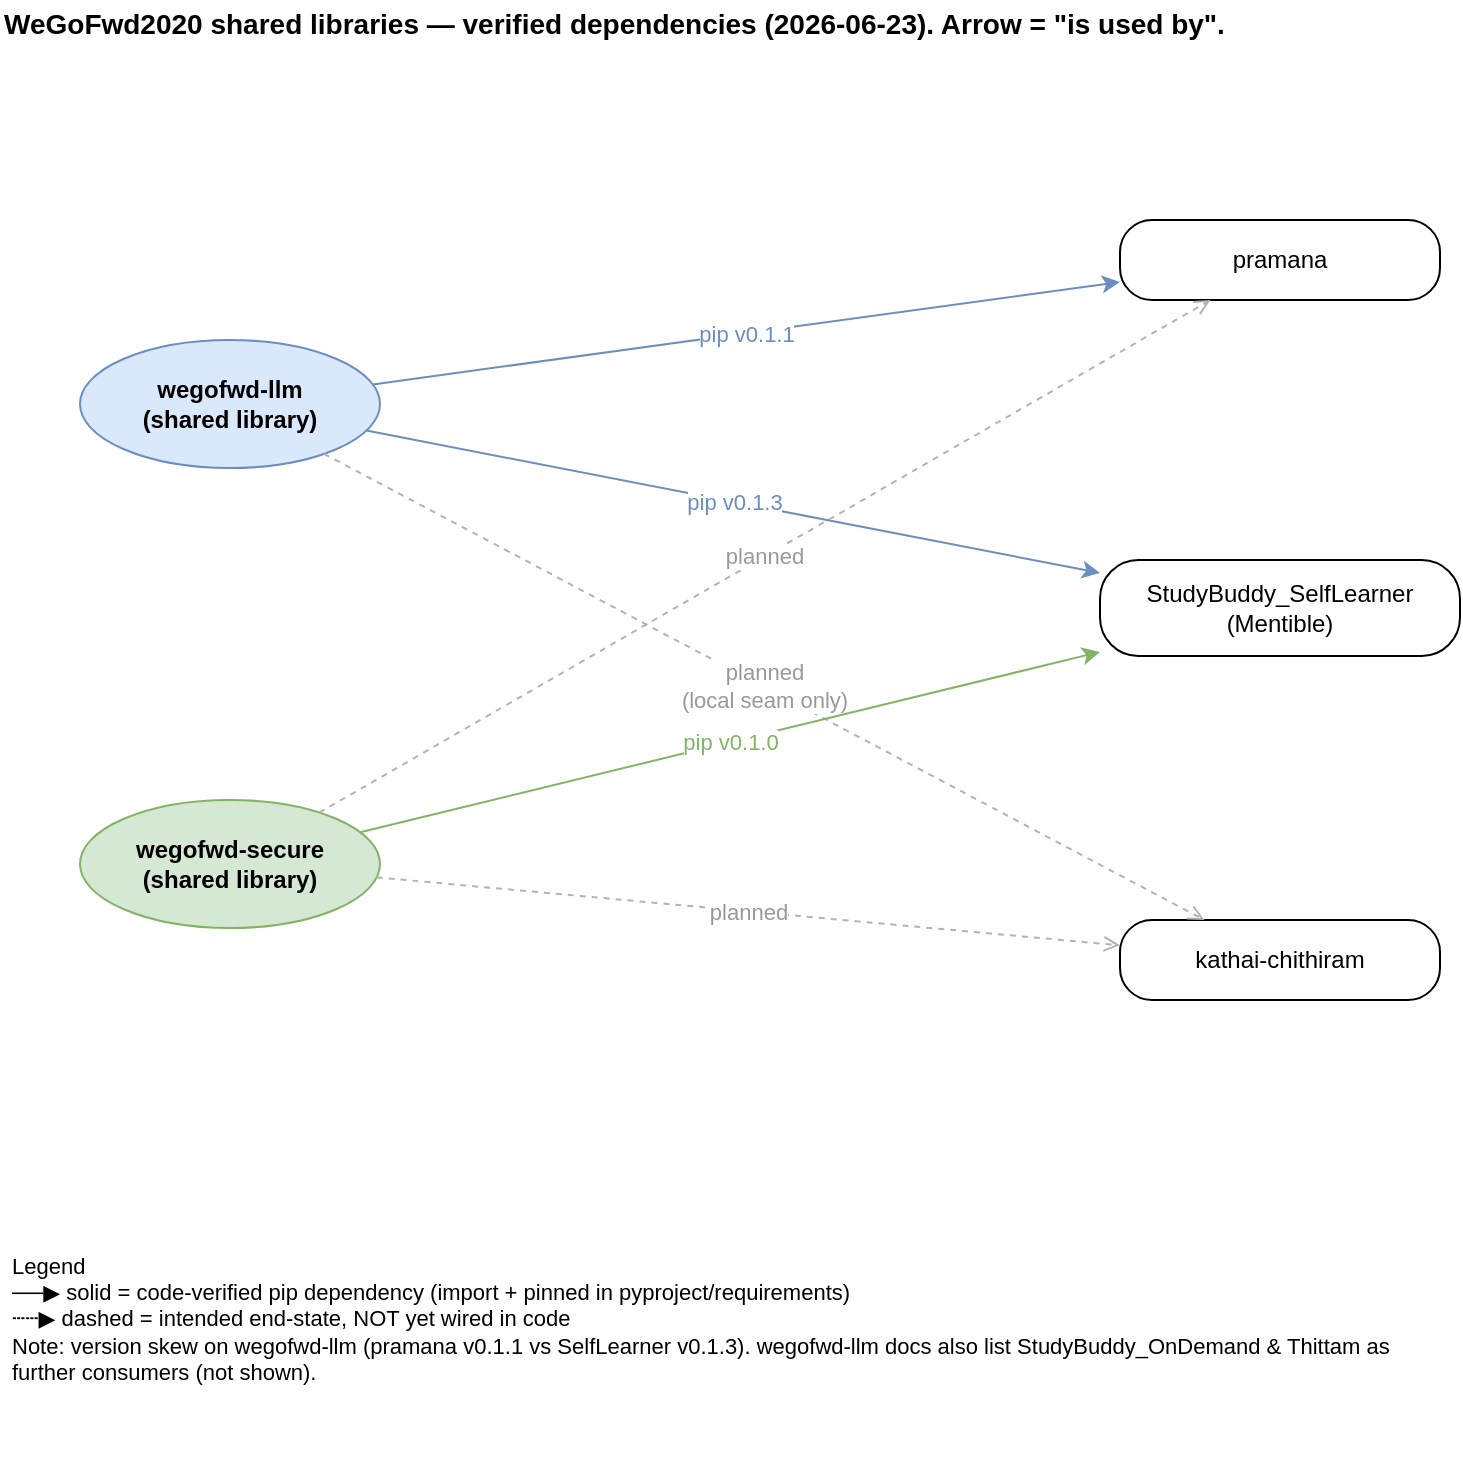
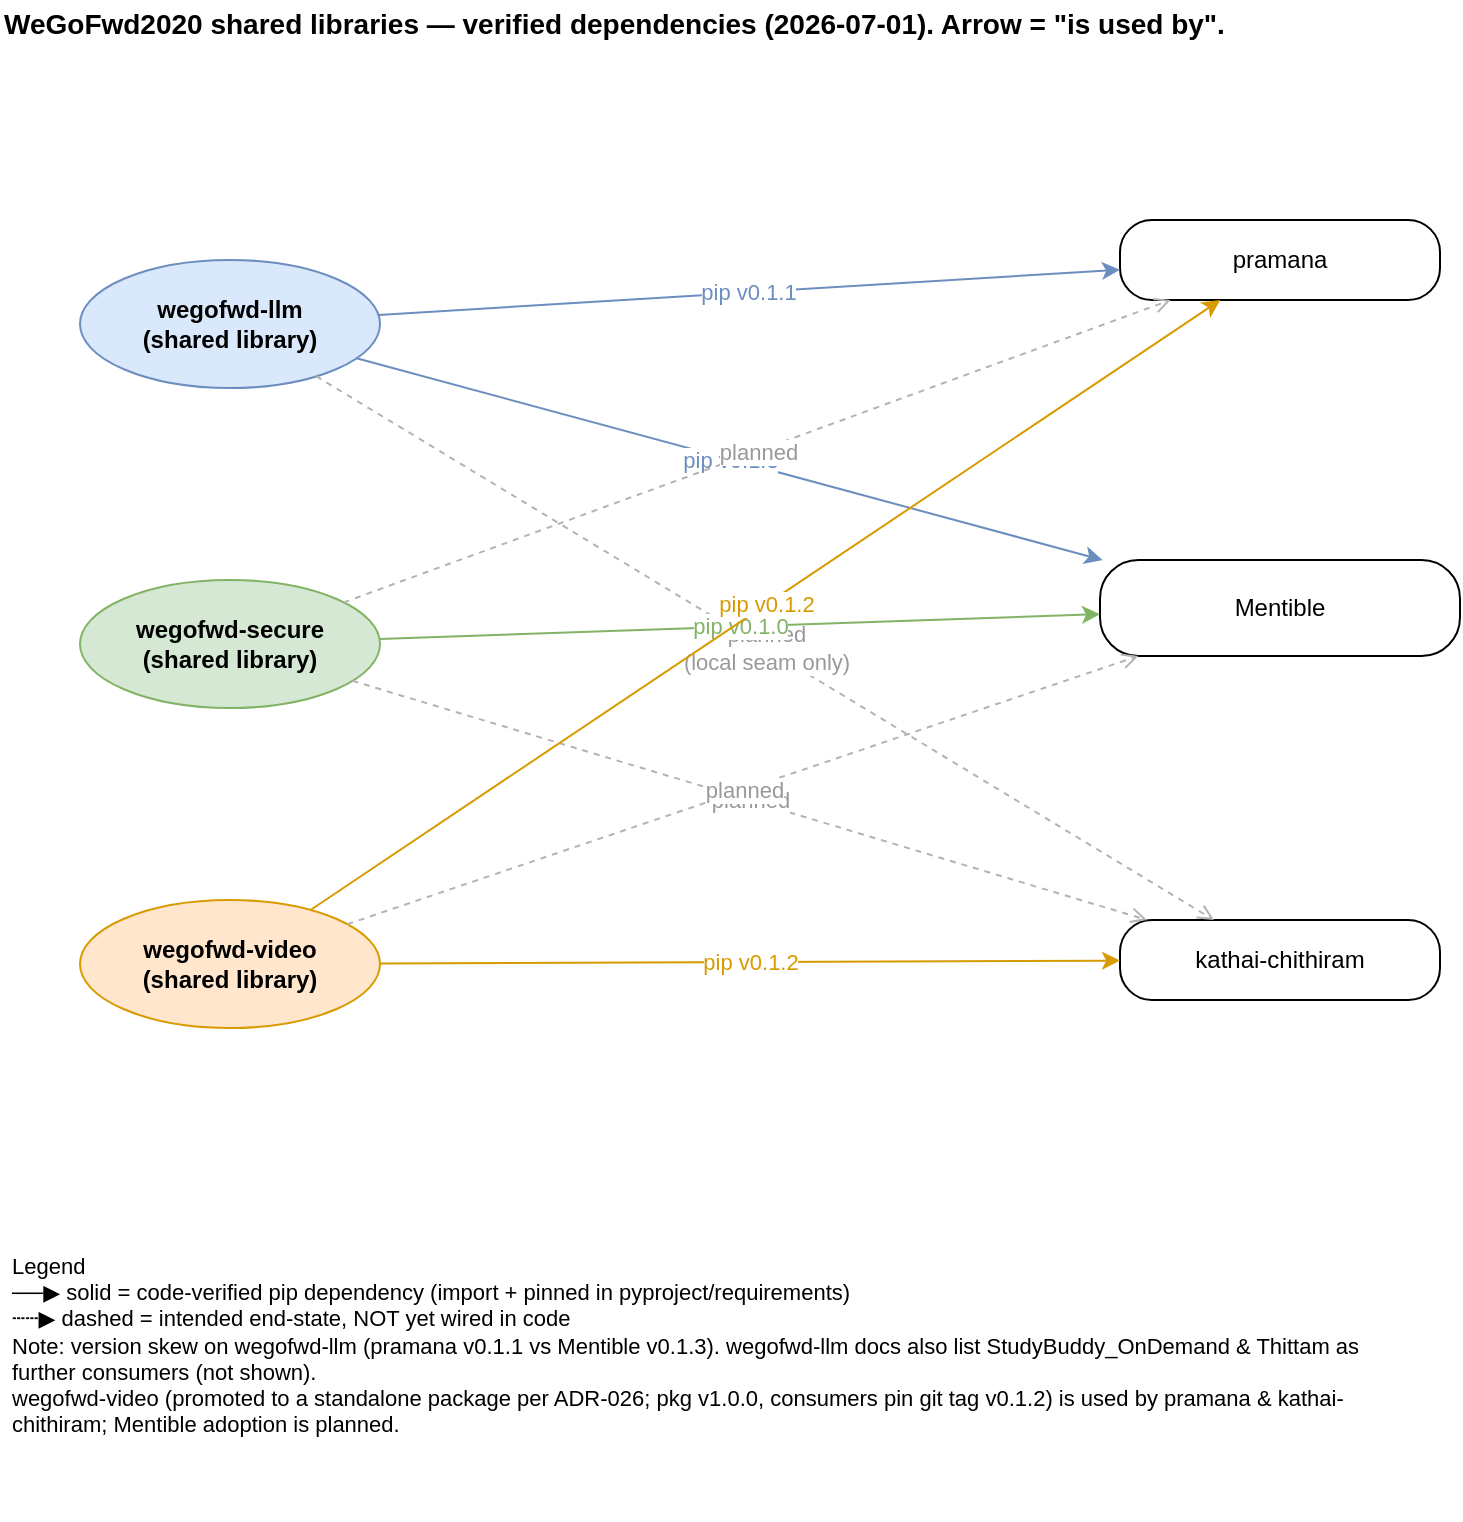
<mxfile host="Electron">
  <diagram name="Page-1" id="Mi2Ey0hthCSXxpTSFK5q">
    <mxGraphModel dx="694" dy="632" grid="1" gridSize="10" guides="1" tooltips="1" connect="1" arrows="1" fold="1" page="1" pageScale="1" pageWidth="850" pageHeight="1100" math="0" shadow="0">
      <root>
        <mxCell id="0" />
        <mxCell id="1" parent="0" />
-         <mxCell id="title" parent="1" vertex="1" style="text;html=1;align=left;verticalAlign=middle;whiteSpace=wrap;fontSize=14;fontStyle=1;" value="WeGoFwd2020 shared libraries — verified dependencies (2026-06-23). Arrow = &amp;quot;is used by&amp;quot;.">
+         <mxCell id="title" parent="1" vertex="1" style="text;html=1;align=left;verticalAlign=middle;whiteSpace=wrap;fontSize=14;fontStyle=1;" value="WeGoFwd2020 shared libraries — verified dependencies (2026-07-01). Arrow = &amp;quot;is used by&amp;quot;.">
          <mxGeometry height="24" width="620" x="40" y="40" as="geometry" />
        </mxCell>

        <!-- Shared libraries (hubs, left) -->
        <mxCell id="llm" parent="1" vertex="1" style="ellipse;whiteSpace=wrap;html=1;align=center;fillColor=#dae8fc;strokeColor=#6c8ebf;fontStyle=1;" value="wegofwd-llm&#10;(shared library)">
-           <mxGeometry height="64" width="150" x="80" y="210" as="geometry" />
+           <mxGeometry height="64" width="150" x="80" y="170" as="geometry" />
        </mxCell>
        <mxCell id="secure" parent="1" vertex="1" style="ellipse;whiteSpace=wrap;html=1;align=center;fillColor=#d5e8d4;strokeColor=#82b366;fontStyle=1;" value="wegofwd-secure&#10;(shared library)">
-           <mxGeometry height="64" width="150" x="80" y="440" as="geometry" />
+           <mxGeometry height="64" width="150" x="80" y="330" as="geometry" />
+         </mxCell>
+         <mxCell id="video" parent="1" vertex="1" style="ellipse;whiteSpace=wrap;html=1;align=center;fillColor=#ffe6cc;strokeColor=#d79b00;fontStyle=1;" value="wegofwd-video&#10;(shared library)">
+           <mxGeometry height="64" width="150" x="80" y="490" as="geometry" />
        </mxCell>

        <!-- Consumer projects (right column) -->
        <mxCell id="pramana" parent="1" vertex="1" style="whiteSpace=wrap;html=1;rounded=1;arcSize=40;align=center;verticalAlign=middle;" value="pramana">
          <mxGeometry height="40" width="160" x="600" y="150" as="geometry" />
        </mxCell>
-         <mxCell id="selflearner" parent="1" vertex="1" style="whiteSpace=wrap;html=1;rounded=1;arcSize=40;align=center;verticalAlign=middle;" value="StudyBuddy_SelfLearner&#10;(Mentible)">
+         <mxCell id="mentible" parent="1" vertex="1" style="whiteSpace=wrap;html=1;rounded=1;arcSize=40;align=center;verticalAlign=middle;" value="Mentible">
          <mxGeometry height="48" width="180" x="590" y="320" as="geometry" />
        </mxCell>
        <mxCell id="kathai" parent="1" vertex="1" style="whiteSpace=wrap;html=1;rounded=1;arcSize=40;align=center;verticalAlign=middle;" value="kathai-chithiram">
          <mxGeometry height="40" width="160" x="600" y="500" as="geometry" />
        </mxCell>

        <!-- wegofwd-llm edges -->
        <mxCell id="e-llm-pramana" parent="1" edge="1" source="llm" target="pramana" style="endArrow=classic;html=1;rounded=1;curved=1;strokeColor=#6c8ebf;fontColor=#6c8ebf;" value="pip v0.1.1">
          <mxGeometry relative="1" as="geometry" />
        </mxCell>
-         <mxCell id="e-llm-self" parent="1" edge="1" source="llm" target="selflearner" style="endArrow=classic;html=1;rounded=1;curved=1;strokeColor=#6c8ebf;fontColor=#6c8ebf;" value="pip v0.1.3">
+         <mxCell id="e-llm-self" parent="1" edge="1" source="llm" target="mentible" style="endArrow=classic;html=1;rounded=1;curved=1;strokeColor=#6c8ebf;fontColor=#6c8ebf;" value="pip v0.1.3">
          <mxGeometry relative="1" as="geometry" />
        </mxCell>
        <mxCell id="e-llm-kathai" parent="1" edge="1" source="llm" target="kathai" style="endArrow=open;html=1;rounded=1;curved=1;dashed=1;strokeColor=#b3b3b3;fontColor=#999999;" value="planned&#10;(local seam only)">
          <mxGeometry relative="1" as="geometry" />
        </mxCell>

        <!-- wegofwd-secure edges -->
-         <mxCell id="e-secure-self" parent="1" edge="1" source="secure" target="selflearner" style="endArrow=classic;html=1;rounded=1;curved=1;strokeColor=#82b366;fontColor=#82b366;" value="pip v0.1.0">
+         <mxCell id="e-secure-self" parent="1" edge="1" source="secure" target="mentible" style="endArrow=classic;html=1;rounded=1;curved=1;strokeColor=#82b366;fontColor=#82b366;" value="pip v0.1.0">
          <mxGeometry relative="1" as="geometry" />
        </mxCell>
        <mxCell id="e-secure-pramana" parent="1" edge="1" source="secure" target="pramana" style="endArrow=open;html=1;rounded=1;curved=1;dashed=1;strokeColor=#b3b3b3;fontColor=#999999;" value="planned">
          <mxGeometry relative="1" as="geometry" />
        </mxCell>
        <mxCell id="e-secure-kathai" parent="1" edge="1" source="secure" target="kathai" style="endArrow=open;html=1;rounded=1;curved=1;dashed=1;strokeColor=#b3b3b3;fontColor=#999999;" value="planned">
          <mxGeometry relative="1" as="geometry" />
        </mxCell>

+         <!-- wegofwd-video edges -->
+         <mxCell id="e-video-pramana" parent="1" edge="1" source="video" target="pramana" style="endArrow=classic;html=1;rounded=1;curved=1;strokeColor=#d79b00;fontColor=#d79b00;" value="pip v0.1.2">
+           <mxGeometry relative="1" as="geometry" />
+         </mxCell>
+         <mxCell id="e-video-kathai" parent="1" edge="1" source="video" target="kathai" style="endArrow=classic;html=1;rounded=1;curved=1;strokeColor=#d79b00;fontColor=#d79b00;" value="pip v0.1.2">
+           <mxGeometry relative="1" as="geometry" />
+         </mxCell>
+         <mxCell id="e-video-self" parent="1" edge="1" source="video" target="mentible" style="endArrow=open;html=1;rounded=1;curved=1;dashed=1;strokeColor=#b3b3b3;fontColor=#999999;" value="planned">
+           <mxGeometry relative="1" as="geometry" />
+         </mxCell>
+ 
        <!-- Legend -->
-         <mxCell id="legend" parent="1" vertex="1" style="text;html=1;align=left;verticalAlign=top;whiteSpace=wrap;fontSize=11;spacingLeft=4;" value="Legend&#10;──▶ solid  = code-verified pip dependency (import + pinned in pyproject/requirements)&#10;┄┄▶ dashed = intended end-state, NOT yet wired in code&#10;Note: version skew on wegofwd-llm (pramana v0.1.1 vs SelfLearner v0.1.3). wegofwd-llm docs also list StudyBuddy_OnDemand &amp; Thittam as further consumers (not shown).">
-           <mxGeometry height="120" width="700" x="40" y="660" as="geometry" />
+         <mxCell id="legend" parent="1" vertex="1" style="text;html=1;align=left;verticalAlign=top;whiteSpace=wrap;fontSize=11;spacingLeft=4;" value="Legend&#10;──▶ solid  = code-verified pip dependency (import + pinned in pyproject/requirements)&#10;┄┄▶ dashed = intended end-state, NOT yet wired in code&#10;Note: version skew on wegofwd-llm (pramana v0.1.1 vs Mentible v0.1.3). wegofwd-llm docs also list StudyBuddy_OnDemand &amp; Thittam as further consumers (not shown).&#10;wegofwd-video (promoted to a standalone package per ADR-026; pkg v1.0.0, consumers pin git tag v0.1.2) is used by pramana &amp; kathai-chithiram; Mentible adoption is planned.">
+           <mxGeometry height="140" width="700" x="40" y="660" as="geometry" />
        </mxCell>
      </root>
    </mxGraphModel>
  </diagram>
</mxfile>
